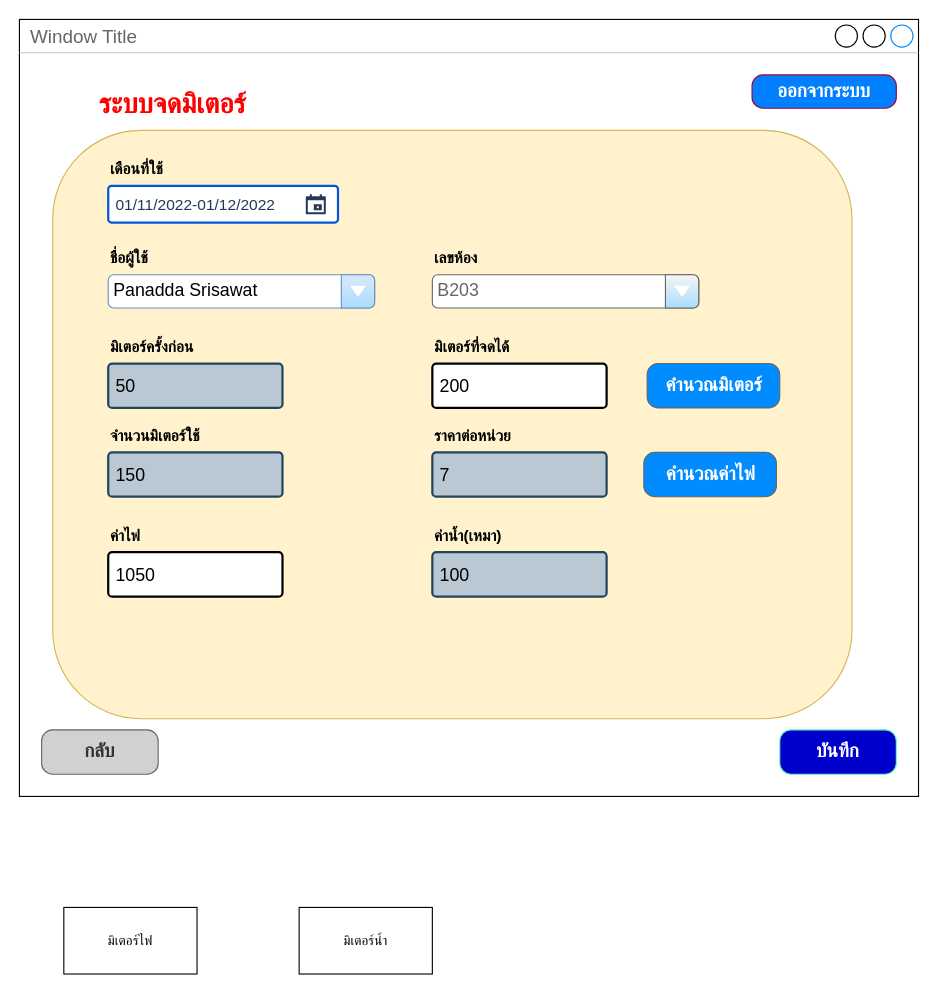
Above: page "meter" (1 of 16) of SE.drawio in nunpromporn/SE (draw.io), before the change. Source tidied: cells renumbered, new cells numbered last; positions are measured from the earlier drawing's top-left corner, leaving out a move shared by most shapes. Both pictures are drawn from the tidied source at 111%, with x=0, y=0 at pixel (19, 19).
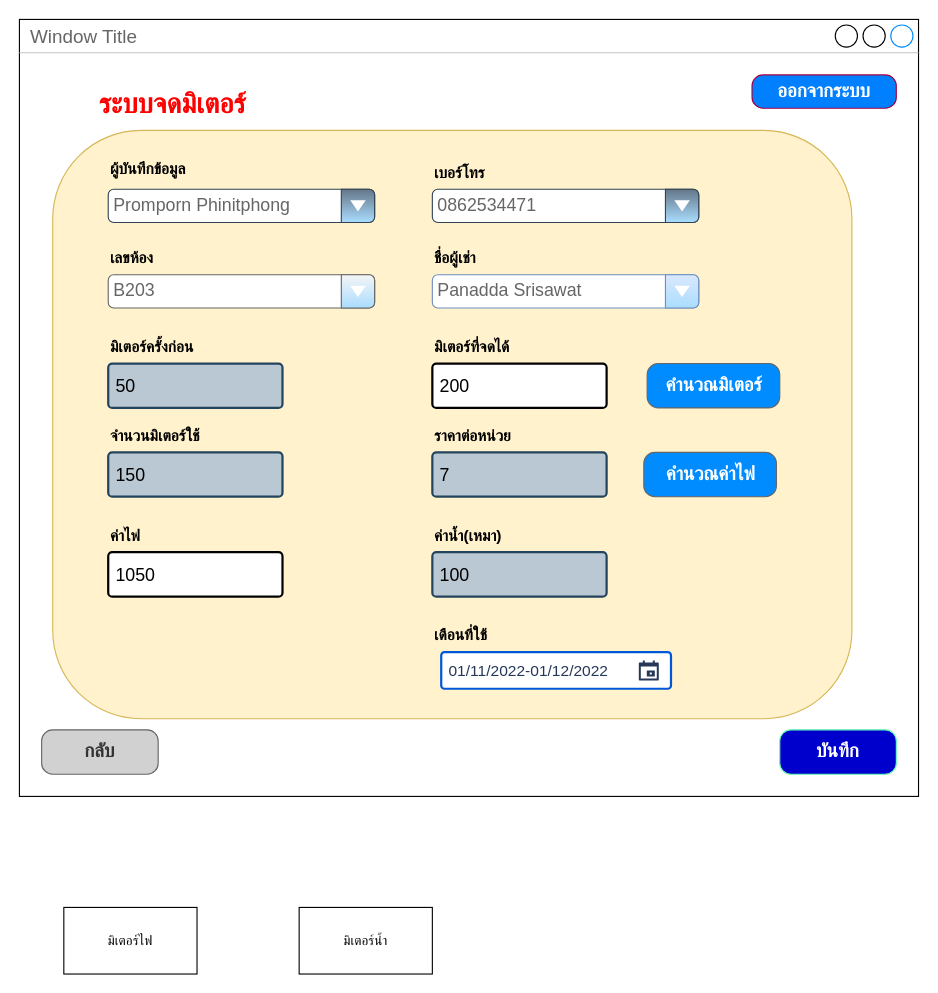
Above is the later version.

Change to the diagram source:
```diff
@@
     <mxCell id="7" value="&lt;span style=&quot;font-size: 14px;&quot;&gt;&lt;b&gt;เลขห้อง&lt;/b&gt;&lt;/span&gt;" style="text;html=1;strokeColor=none;fillColor=none;align=left;verticalAlign=middle;whiteSpace=wrap;rounded=0;" parent="1" vertex="1">
-      <mxGeometry x="372" y="200" width="90" height="30" as="geometry" />
+      <mxGeometry x="80" y="200" width="90" height="30" as="geometry" />
     </mxCell>
@@
     <mxCell id="12" value="&lt;font style=&quot;font-size: 16px;&quot; color=&quot;#666666&quot;&gt;B203&lt;/font&gt;" style="strokeWidth=1;shadow=0;dashed=0;align=center;html=1;shape=mxgraph.mockup.forms.comboBox;align=left;fillColor2=#aaddff;mainText=;fontSize=17;spacingLeft=3;fillColor=#f5f5f5;strokeColor=#666666;fontColor=#333333;" parent="1" vertex="1">
-      <mxGeometry x="372" y="230" width="240" height="30" as="geometry" />
+      <mxGeometry x="80" y="230" width="240" height="30" as="geometry" />
     </mxCell>
@@
     <mxCell id="16" value="&lt;span style=&quot;font-size: 14px;&quot;&gt;&lt;b&gt;เดือนที่ใช้&lt;/b&gt;&lt;/span&gt;" style="text;html=1;strokeColor=none;fillColor=none;align=left;verticalAlign=middle;whiteSpace=wrap;rounded=0;" parent="1" vertex="1">
-      <mxGeometry x="80" y="120" width="120" height="30" as="geometry" />
+      <mxGeometry x="372" y="540" width="120" height="30" as="geometry" />
     </mxCell>
     <mxCell id="17" value="&lt;font style=&quot;font-size: 14px;&quot;&gt;01/11/2022-01/12/2022&lt;/font&gt;" style="rounded=1;arcSize=9;fillColor=#ffffff;align=left;spacingLeft=5;strokeColor=#0057D8;html=1;strokeWidth=2;fontColor=#253858;fontSize=12;" parent="1" vertex="1">
-      <mxGeometry x="80" y="150" width="207" height="33" as="geometry" />
+      <mxGeometry x="380" y="570" width="207" height="33" as="geometry" />
     </mxCell>
@@
-    <mxCell id="26" value="&lt;font style=&quot;font-size: 16px;&quot;&gt;Panadda Srisawat&lt;/font&gt;" style="strokeWidth=1;shadow=0;dashed=0;align=center;html=1;shape=mxgraph.mockup.forms.comboBox;strokeColor=#6c8ebf;fillColor=#dae8fc;align=left;fillColor2=#aaddff;mainText=;fontSize=17;spacingLeft=3;" parent="1" vertex="1">
-      <mxGeometry x="80" y="230" width="240" height="30" as="geometry" />
+    <mxCell id="26" value="&lt;font color=&quot;#666666&quot; style=&quot;font-size: 16px;&quot;&gt;Panadda Srisawat&lt;/font&gt;" style="strokeWidth=1;shadow=0;dashed=0;align=center;html=1;shape=mxgraph.mockup.forms.comboBox;strokeColor=#6c8ebf;fillColor=#dae8fc;align=left;fillColor2=#aaddff;mainText=;fontSize=17;spacingLeft=3;" parent="1" vertex="1">
+      <mxGeometry x="372" y="230" width="240" height="30" as="geometry" />
     </mxCell>
-    <mxCell id="27" value="&lt;span style=&quot;font-size: 14px;&quot;&gt;&lt;b&gt;ชื่อผู้ใช้&lt;/b&gt;&lt;/span&gt;" style="text;html=1;strokeColor=none;fillColor=none;align=left;verticalAlign=middle;whiteSpace=wrap;rounded=0;" parent="1" vertex="1">
-      <mxGeometry x="80" y="200" width="90" height="30" as="geometry" />
+    <mxCell id="27" value="&lt;span style=&quot;font-size: 14px;&quot;&gt;&lt;b&gt;ชื่อผู้เช่า&lt;/b&gt;&lt;/span&gt;" style="text;html=1;strokeColor=none;fillColor=none;align=left;verticalAlign=middle;whiteSpace=wrap;rounded=0;" parent="1" vertex="1">
+      <mxGeometry x="372" y="200" width="90" height="30" as="geometry" />
     </mxCell>
@@
+    <mxCell id="31" value="&lt;span style=&quot;font-size: 16px;&quot;&gt;&lt;font color=&quot;#666666&quot;&gt;Promporn Phinitphong&lt;/font&gt;&lt;/span&gt;" style="strokeWidth=1;shadow=0;dashed=0;align=center;html=1;shape=mxgraph.mockup.forms.comboBox;strokeColor=#314354;fillColor=#647687;align=left;fillColor2=#aaddff;mainText=;fontSize=17;spacingLeft=3;fontColor=#ffffff;" parent="1" vertex="1">
+      <mxGeometry x="80" y="153" width="240" height="30" as="geometry" />
+    </mxCell>
+    <mxCell id="32" value="&lt;span style=&quot;font-size: 14px;&quot;&gt;&lt;b&gt;ผู้บันทึกข้อมูล&lt;/b&gt;&lt;/span&gt;" style="text;html=1;strokeColor=none;fillColor=none;align=left;verticalAlign=middle;whiteSpace=wrap;rounded=0;" parent="1" vertex="1">
+      <mxGeometry x="80" y="120" width="90" height="30" as="geometry" />
+    </mxCell>
+    <mxCell id="33" value="&lt;font color=&quot;#666666&quot;&gt;&lt;span style=&quot;font-size: 16px;&quot;&gt;0862534471&lt;/span&gt;&lt;/font&gt;" style="strokeWidth=1;shadow=0;dashed=0;align=center;html=1;shape=mxgraph.mockup.forms.comboBox;strokeColor=#314354;fillColor=#647687;align=left;fillColor2=#aaddff;mainText=;fontSize=17;spacingLeft=3;fontColor=#ffffff;" parent="1" vertex="1">
+      <mxGeometry x="372" y="153" width="240" height="30" as="geometry" />
+    </mxCell>
+    <mxCell id="34" value="&lt;span style=&quot;font-size: 14px;&quot;&gt;&lt;b&gt;เบอร์โทร&lt;/b&gt;&lt;/span&gt;" style="text;html=1;strokeColor=none;fillColor=none;align=left;verticalAlign=middle;whiteSpace=wrap;rounded=0;" parent="1" vertex="1">
+      <mxGeometry x="372" y="123" width="90" height="30" as="geometry" />
+    </mxCell>
```
